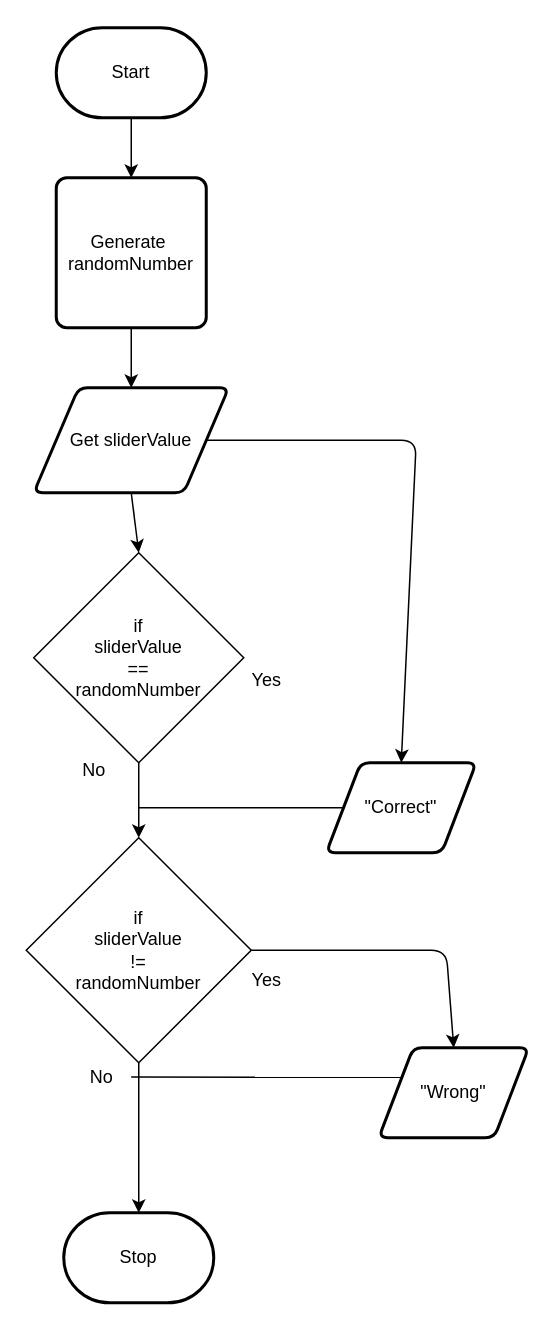
Earlier version of the draw.io diagram design/flowchart.drawio (MTHS-ICD2O-1-2023/ICD2O-Unit-5-02-manya-feng). Source tidied: cells renumbered, new cells numbered last; positions are measured from the earlier drawing's top-left corner, leaving out a move shared by most shapes. Both pictures are drawn from the tidied source at 150%, with x=0, y=0 at pixel (26, 27).
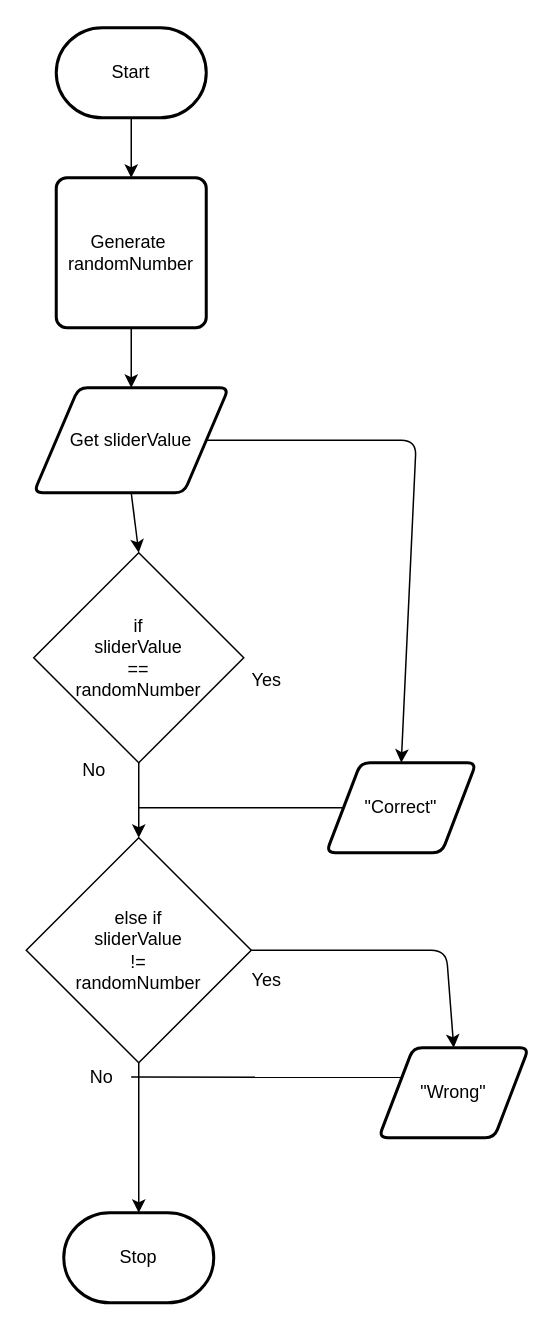
Above is the later version.

The edit, as a diff of the source:
```diff
@@
-    <mxCell id="16" value="if&lt;br&gt;sliderValue&lt;br&gt;!=&lt;br&gt;randomNumber" style="rhombus;whiteSpace=wrap;html=1;" parent="1" vertex="1">
+    <mxCell id="16" value="else if&lt;br&gt;sliderValue&lt;br&gt;!=&lt;br&gt;randomNumber" style="rhombus;whiteSpace=wrap;html=1;" parent="1" vertex="1">
       <mxGeometry y="540" width="150" height="150" as="geometry" />
     </mxCell>
```
